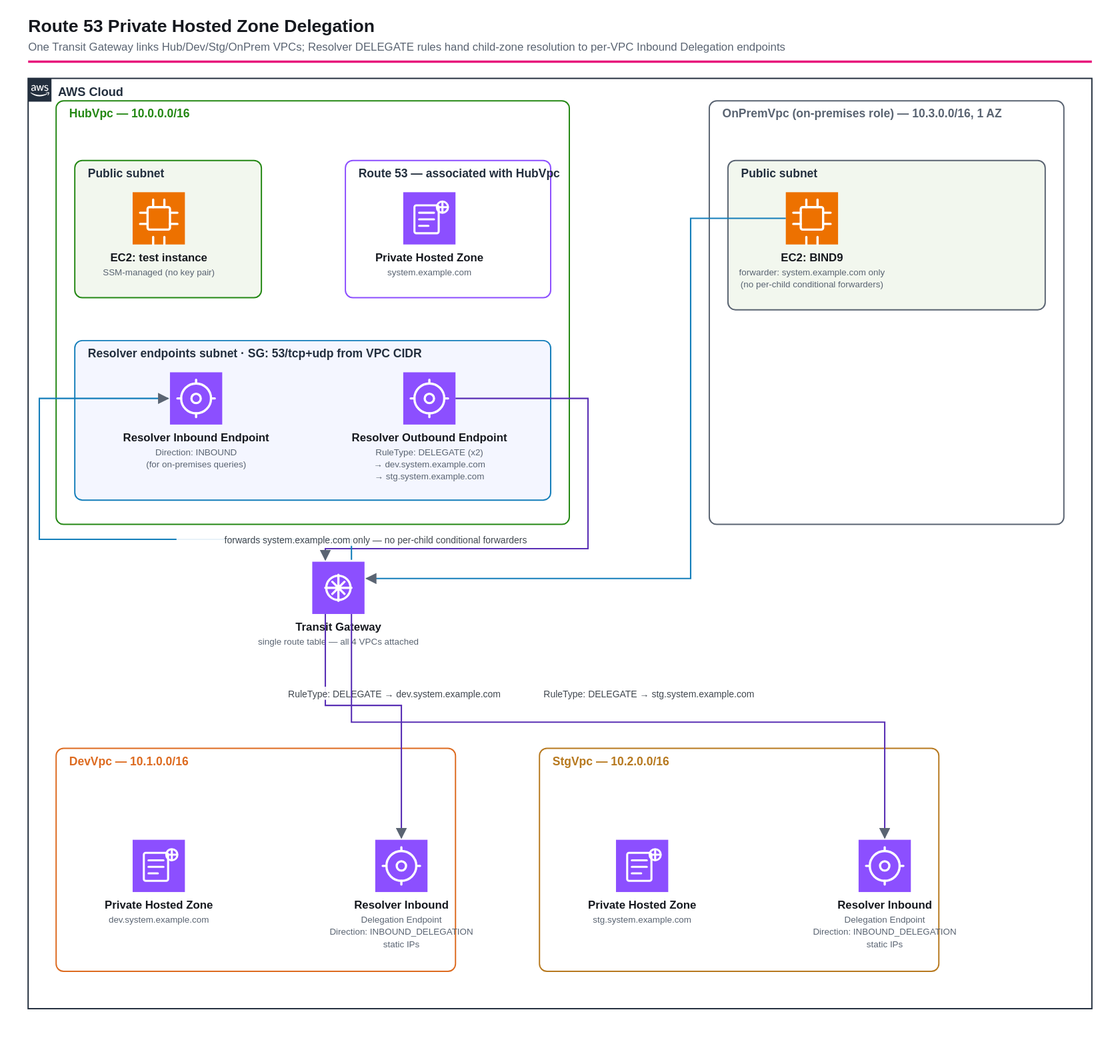
Before: infrastructure/workspaces/route53-phz-delegation/overview.drawio.svg, a diagram exported from draw.io (ishiharatma/aws-cdk-reference-architectures). Source tidied: cells renumbered, new cells last; positions are measured from the earlier drawing's top-left corner, leaving out a move shared by most shapes.
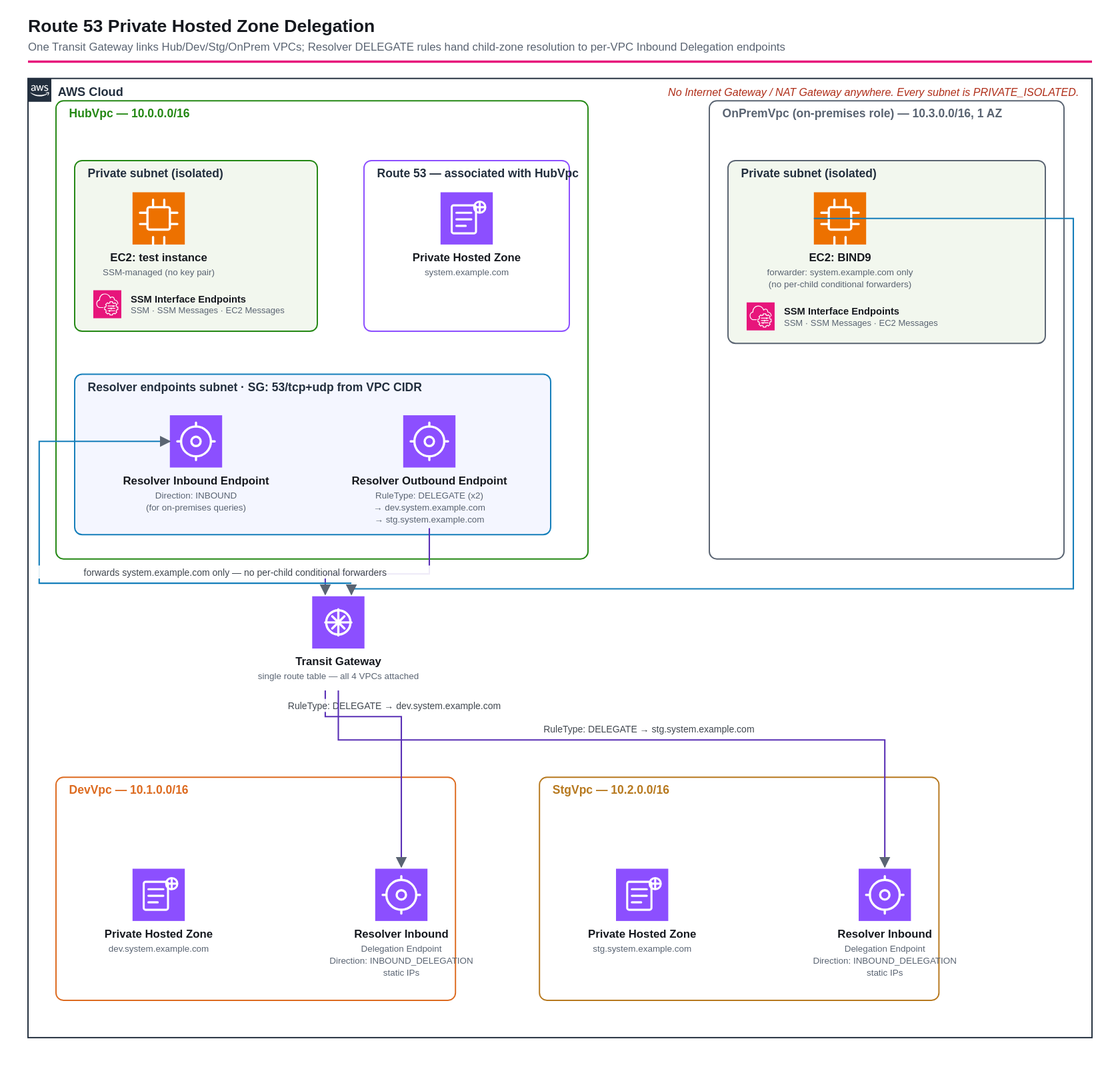
The same file after the commit.

Commit message:
docs(route53): 構成図をプライベートサブネット構成に更新

両ワークスペースのoverview.drawio.svgで"Public subnet"表記を
"Private subnet (isolated)"に変更し、SSMインターフェースエンドポイント
(SSM/SSM Messages/EC2 Messages)と「IGW/NAT Gatewayなし」の注記を追加。
route53-phz-delegationはHubVpc/OnPremVpcのみ対象(DevVpc/StgVpcは
もともとワークロード用サブネットを持たないため変更なし)。

The edit, as a diff of the source:
```diff
@@ -12,76 +12,85 @@
       <mxGeometry y="52" width="1140" height="2.5" as="geometry" />
     </mxCell>
     <mxCell id="5" value="AWS Cloud" style="gradientColor=none;html=1;whiteSpace=wrap;fontSize=12;fontStyle=0;shape=mxgraph.aws4.group;grIcon=mxgraph.aws4.group_aws_cloud_alt;strokeColor=#232F3E;fillColor=none;verticalAlign=top;align=left;spacingLeft=30;fontColor=#232F3E;dashed=0;" parent="1" vertex="1">
-      <mxGeometry y="70" width="1140" height="997" as="geometry" />
+      <mxGeometry y="70" width="1140" height="1028" as="geometry" />
     </mxCell>
-    <mxCell id="6" value="HubVpc — 10.0.0.0/16" style="gradientColor=none;html=1;whiteSpace=wrap;fontSize=12;fontStyle=0;shape=mxgraph.aws4.group;grIcon=mxgraph.aws4.group_vpc;strokeColor=#248814;fillColor=none;verticalAlign=top;align=left;spacingLeft=30;fontColor=#248814;dashed=0;" parent="1" vertex="1">
-      <mxGeometry x="30" y="94" width="550" height="454" as="geometry" />
+    <mxCell id="6" value="No Internet Gateway / NAT Gateway anywhere. Every subnet is PRIVATE_ISOLATED." style="text;html=1;strokeColor=none;fillColor=none;align=right;verticalAlign=middle;whiteSpace=wrap;rounded=0;fontSize=11.5;fontStyle=2;fontColor=#AF2E19;" parent="1" vertex="1">
+      <mxGeometry x="626" y="74" width="500" height="16" as="geometry" />
     </mxCell>
-    <mxCell id="7" value="Public subnet" style="gradientColor=none;html=1;whiteSpace=wrap;fontSize=12;fontStyle=0;shape=mxgraph.aws4.group;grIcon=mxgraph.aws4.group_security_group;grStroke=0;strokeColor=#248814;fillColor=#E9F3E6;verticalAlign=top;align=left;spacingLeft=30;fontColor=#248814;dashed=0;" parent="1" vertex="1">
-      <mxGeometry x="50" y="158" width="200" height="147" as="geometry" />
+    <mxCell id="7" value="HubVpc — 10.0.0.0/16" style="gradientColor=none;html=1;whiteSpace=wrap;fontSize=12;fontStyle=0;shape=mxgraph.aws4.group;grIcon=mxgraph.aws4.group_vpc;strokeColor=#248814;fillColor=none;verticalAlign=top;align=left;spacingLeft=30;fontColor=#248814;dashed=0;" parent="1" vertex="1">
+      <mxGeometry x="30" y="94" width="570" height="491" as="geometry" />
     </mxCell>
-    <mxCell id="8" value="Route 53 — associated with HubVpc" style="rounded=1;whiteSpace=wrap;html=1;fillColor=none;strokeColor=#8C4FFF;verticalAlign=top;align=left;spacingLeft=10;spacingTop=6;fontSize=12;fontStyle=1;fontColor=#8C4FFF;dashed=0;" parent="1" vertex="1">
-      <mxGeometry x="340" y="158" width="220" height="147" as="geometry" />
+    <mxCell id="8" value="Private subnet (isolated)" style="gradientColor=none;html=1;whiteSpace=wrap;fontSize=12;fontStyle=0;shape=mxgraph.aws4.group;grIcon=mxgraph.aws4.group_security_group;grStroke=0;strokeColor=#248814;fillColor=#E9F3E6;verticalAlign=top;align=left;spacingLeft=30;fontColor=#248814;dashed=0;" parent="1" vertex="1">
+      <mxGeometry x="50" y="158" width="260" height="183" as="geometry" />
     </mxCell>
-    <mxCell id="9" value="Resolver endpoints subnet · SG: 53/tcp+udp from VPC CIDR" style="gradientColor=none;html=1;whiteSpace=wrap;fontSize=12;fontStyle=0;shape=mxgraph.aws4.group;grIcon=mxgraph.aws4.group_security_group;grStroke=0;strokeColor=#147EBA;fillColor=#E6F2F8;verticalAlign=top;align=left;spacingLeft=30;fontColor=#147EBA;dashed=0;" parent="1" vertex="1">
-      <mxGeometry x="50" y="351" width="510" height="171" as="geometry" />
+    <mxCell id="9" value="Route 53 — associated with HubVpc" style="rounded=1;whiteSpace=wrap;html=1;fillColor=none;strokeColor=#8C4FFF;verticalAlign=top;align=left;spacingLeft=10;spacingTop=6;fontSize=12;fontStyle=1;fontColor=#8C4FFF;dashed=0;" parent="1" vertex="1">
+      <mxGeometry x="360" y="158" width="220" height="183" as="geometry" />
     </mxCell>
-    <mxCell id="10" value="OnPremVpc (on-premises role) — 10.3.0.0/16, 1 AZ" style="gradientColor=none;html=1;whiteSpace=wrap;fontSize=12;fontStyle=0;shape=mxgraph.aws4.group;grIcon=mxgraph.aws4.group_vpc;strokeColor=#5A6472;fillColor=none;verticalAlign=top;align=left;spacingLeft=30;fontColor=#5A6472;dashed=0;" parent="1" vertex="1">
-      <mxGeometry x="730" y="94" width="380" height="454" as="geometry" />
+    <mxCell id="10" value="Resolver endpoints subnet · SG: 53/tcp+udp from VPC CIDR" style="gradientColor=none;html=1;whiteSpace=wrap;fontSize=12;fontStyle=0;shape=mxgraph.aws4.group;grIcon=mxgraph.aws4.group_security_group;grStroke=0;strokeColor=#147EBA;fillColor=#E6F2F8;verticalAlign=top;align=left;spacingLeft=30;fontColor=#147EBA;dashed=0;" parent="1" vertex="1">
+      <mxGeometry x="50" y="387" width="510" height="172" as="geometry" />
     </mxCell>
-    <mxCell id="11" value="Public subnet" style="gradientColor=none;html=1;whiteSpace=wrap;fontSize=12;fontStyle=0;shape=mxgraph.aws4.group;grIcon=mxgraph.aws4.group_security_group;grStroke=0;strokeColor=#5A6472;fillColor=#F0F1F2;verticalAlign=top;align=left;spacingLeft=30;fontColor=#5A6472;dashed=0;" parent="1" vertex="1">
-      <mxGeometry x="750" y="158" width="340" height="160" as="geometry" />
+    <mxCell id="11" value="OnPremVpc (on-premises role) — 10.3.0.0/16, 1 AZ" style="gradientColor=none;html=1;whiteSpace=wrap;fontSize=12;fontStyle=0;shape=mxgraph.aws4.group;grIcon=mxgraph.aws4.group_vpc;strokeColor=#5A6472;fillColor=none;verticalAlign=top;align=left;spacingLeft=30;fontColor=#5A6472;dashed=0;" parent="1" vertex="1">
+      <mxGeometry x="730" y="94" width="380" height="491" as="geometry" />
     </mxCell>
-    <mxCell id="12" value="DevVpc — 10.1.0.0/16" style="gradientColor=none;html=1;whiteSpace=wrap;fontSize=12;fontStyle=0;shape=mxgraph.aws4.group;grIcon=mxgraph.aws4.group_vpc;strokeColor=#DD6B20;fillColor=none;verticalAlign=top;align=left;spacingLeft=30;fontColor=#DD6B20;dashed=0;" parent="1" vertex="1">
-      <mxGeometry x="30" y="788" width="428" height="239" as="geometry" />
+    <mxCell id="12" value="Private subnet (isolated)" style="gradientColor=none;html=1;whiteSpace=wrap;fontSize=12;fontStyle=0;shape=mxgraph.aws4.group;grIcon=mxgraph.aws4.group_security_group;grStroke=0;strokeColor=#5A6472;fillColor=#F2F7EE;verticalAlign=top;align=left;spacingLeft=30;fontColor=#5A6472;dashed=0;" parent="1" vertex="1">
+      <mxGeometry x="750" y="158" width="340" height="196" as="geometry" />
     </mxCell>
-    <mxCell id="13" value="StgVpc — 10.2.0.0/16" style="gradientColor=none;html=1;whiteSpace=wrap;fontSize=12;fontStyle=0;shape=mxgraph.aws4.group;grIcon=mxgraph.aws4.group_vpc;strokeColor=#B7791F;fillColor=none;verticalAlign=top;align=left;spacingLeft=30;fontColor=#B7791F;dashed=0;" parent="1" vertex="1">
-      <mxGeometry x="548" y="788" width="428" height="239" as="geometry" />
+    <mxCell id="13" value="DevVpc — 10.1.0.0/16" style="gradientColor=none;html=1;whiteSpace=wrap;fontSize=12;fontStyle=0;shape=mxgraph.aws4.group;grIcon=mxgraph.aws4.group_vpc;strokeColor=#DD6B20;fillColor=none;verticalAlign=top;align=left;spacingLeft=30;fontColor=#DD6B20;dashed=0;" parent="1" vertex="1">
+      <mxGeometry x="30" y="819" width="428" height="239" as="geometry" />
     </mxCell>
-    <mxCell id="14" value="EC2: test instance" style="sketch=0;fontColor=#232F3E;gradientColor=none;fillColor=#ED7100;strokeColor=none;dashed=0;verticalLabelPosition=bottom;verticalAlign=top;align=center;html=1;fontSize=12;fontStyle=0;shape=mxgraph.aws4.ec2;" parent="1" vertex="1">
-      <mxGeometry x="112" y="192" width="56" height="56" as="geometry" />
+    <mxCell id="14" value="StgVpc — 10.2.0.0/16" style="gradientColor=none;html=1;whiteSpace=wrap;fontSize=12;fontStyle=0;shape=mxgraph.aws4.group;grIcon=mxgraph.aws4.group_vpc;strokeColor=#B7791F;fillColor=none;verticalAlign=top;align=left;spacingLeft=30;fontColor=#B7791F;dashed=0;" parent="1" vertex="1">
+      <mxGeometry x="548" y="819" width="428" height="239" as="geometry" />
     </mxCell>
-    <mxCell id="15" value="Private Hosted Zone" style="sketch=0;fontColor=#232F3E;gradientColor=none;fillColor=#8C4FFF;strokeColor=none;dashed=0;verticalLabelPosition=bottom;verticalAlign=top;align=center;html=1;fontSize=12;fontStyle=0;shape=mxgraph.aws4.hosted_zone;" parent="1" vertex="1">
-      <mxGeometry x="402" y="192" width="56" height="56" as="geometry" />
+    <mxCell id="15" value="EC2: test instance" style="sketch=0;fontColor=#232F3E;gradientColor=none;fillColor=#ED7100;strokeColor=none;dashed=0;verticalLabelPosition=bottom;verticalAlign=top;align=center;html=1;fontSize=12;fontStyle=0;shape=mxgraph.aws4.ec2;" parent="1" vertex="1">
+      <mxGeometry x="112" y="192" width="56" height="56" as="geometry" />
     </mxCell>
-    <mxCell id="16" value="Resolver Inbound Endpoint" style="sketch=0;outlineConnect=0;fontColor=#232F3E;gradientColor=none;fillColor=#8C4FFF;strokeColor=none;dashed=0;verticalLabelPosition=bottom;verticalAlign=top;align=center;html=1;fontSize=12;fontStyle=0;shape=mxgraph.aws4.route_53_resolver;" parent="1" vertex="1">
-      <mxGeometry x="152" y="385" width="56" height="56" as="geometry" />
+    <mxCell id="16" value="SSM Interface Endpoints (SSM / SSM Messages / EC2 Messages)" style="sketch=0;points=[[0,0,0],[0.25,0,0],[0.5,0,0],[0.75,0,0],[1,0,0],[0,1,0],[0.25,1,0],[0.5,1,0],[0.75,1,0],[1,1,0],[0,0.25,0],[0,0.5,0],[0,0.75,0],[1,0.25,0],[1,0.5,0],[1,0.75,0]];outlineConnect=0;fontColor=#232F3E;fillColor=#E7157B;strokeColor=#ffffff;dashed=0;verticalLabelPosition=bottom;verticalAlign=top;align=center;html=1;fontSize=12;fontStyle=0;shape=mxgraph.aws4.resourceIcon;resIcon=mxgraph.aws4.systems_manager;" parent="1" vertex="1">
+      <mxGeometry x="70" y="297" width="30" height="30" as="geometry" />
     </mxCell>
-    <mxCell id="17" value="Resolver Outbound Endpoint" style="sketch=0;outlineConnect=0;fontColor=#232F3E;gradientColor=none;fillColor=#8C4FFF;strokeColor=none;dashed=0;verticalLabelPosition=bottom;verticalAlign=top;align=center;html=1;fontSize=12;fontStyle=0;shape=mxgraph.aws4.route_53_resolver;" parent="1" vertex="1">
-      <mxGeometry x="402" y="385" width="56" height="56" as="geometry" />
+    <mxCell id="17" value="Private Hosted Zone" style="sketch=0;outlineConnect=0;fontColor=#232F3E;gradientColor=none;fillColor=#8C4FFF;strokeColor=none;dashed=0;verticalLabelPosition=bottom;verticalAlign=top;align=center;html=1;fontSize=12;fontStyle=0;shape=mxgraph.aws4.hosted_zone;" parent="1" vertex="1">
+      <mxGeometry x="442" y="192" width="56" height="56" as="geometry" />
     </mxCell>
-    <mxCell id="18" value="EC2: BIND9" style="sketch=0;outlineConnect=0;fontColor=#232F3E;gradientColor=none;fillColor=#ED7100;strokeColor=none;dashed=0;verticalLabelPosition=bottom;verticalAlign=top;align=center;html=1;fontSize=12;fontStyle=0;shape=mxgraph.aws4.ec2;" parent="1" vertex="1">
-      <mxGeometry x="812" y="192" width="56" height="56" as="geometry" />
+    <mxCell id="18" value="Resolver Inbound Endpoint" style="sketch=0;outlineConnect=0;fontColor=#232F3E;gradientColor=none;fillColor=#8C4FFF;strokeColor=none;dashed=0;verticalLabelPosition=bottom;verticalAlign=top;align=center;html=1;fontSize=12;fontStyle=0;shape=mxgraph.aws4.route_53_resolver;" parent="1" vertex="1">
+      <mxGeometry x="152" y="431" width="56" height="56" as="geometry" />
     </mxCell>
-    <mxCell id="19" value="Transit Gateway" style="sketch=0;outlineConnect=0;fontColor=#232F3E;gradientColor=none;fillColor=#8C4FFF;strokeColor=none;dashed=0;verticalLabelPosition=bottom;verticalAlign=top;align=center;html=1;fontSize=12;fontStyle=0;shape=mxgraph.aws4.transit_gateway;" parent="1" vertex="1">
-      <mxGeometry x="304.5" y="588" width="56" height="56" as="geometry" />
+    <mxCell id="19" value="Resolver Outbound Endpoint" style="sketch=0;outlineConnect=0;fontColor=#232F3E;gradientColor=none;fillColor=#8C4FFF;strokeColor=none;dashed=0;verticalLabelPosition=bottom;verticalAlign=top;align=center;html=1;fontSize=12;fontStyle=0;shape=mxgraph.aws4.route_53_resolver;" parent="1" vertex="1">
+      <mxGeometry x="402" y="431" width="56" height="56" as="geometry" />
     </mxCell>
-    <mxCell id="20" value="Private Hosted Zone" style="sketch=0;outlineConnect=0;fontColor=#232F3E;gradientColor=none;fillColor=#8C4FFF;strokeColor=none;dashed=0;verticalLabelPosition=bottom;verticalAlign=top;align=center;html=1;fontSize=12;fontStyle=0;shape=mxgraph.aws4.hosted_zone;" parent="1" vertex="1">
-      <mxGeometry x="112" y="886" width="56" height="56" as="geometry" />
+    <mxCell id="20" value="EC2: BIND9" style="sketch=0;outlineConnect=0;fontColor=#232F3E;gradientColor=none;fillColor=#ED7100;strokeColor=none;dashed=0;verticalLabelPosition=bottom;verticalAlign=top;align=center;html=1;fontSize=12;fontStyle=0;shape=mxgraph.aws4.ec2;" parent="1" vertex="1">
+      <mxGeometry x="842" y="192" width="56" height="56" as="geometry" />
     </mxCell>
-    <mxCell id="21" value="Resolver Inbound" style="sketch=0;outlineConnect=0;fontColor=#232F3E;gradientColor=none;fillColor=#8C4FFF;strokeColor=none;dashed=0;verticalLabelPosition=bottom;verticalAlign=top;align=center;html=1;fontSize=12;fontStyle=0;shape=mxgraph.aws4.route_53_resolver;" parent="1" vertex="1">
-      <mxGeometry x="372" y="886" width="56" height="56" as="geometry" />
+    <mxCell id="21" value="SSM Interface Endpoints (SSM / SSM Messages / EC2 Messages)" style="sketch=0;points=[[0,0,0],[0.25,0,0],[0.5,0,0],[0.75,0,0],[1,0,0],[0,1,0],[0.25,1,0],[0.5,1,0],[0.75,1,0],[1,1,0],[0,0.25,0],[0,0.5,0],[0,0.75,0],[1,0.25,0],[1,0.5,0],[1,0.75,0]];outlineConnect=0;fontColor=#232F3E;fillColor=#E7157B;strokeColor=#ffffff;dashed=0;verticalLabelPosition=bottom;verticalAlign=top;align=center;html=1;fontSize=12;fontStyle=0;shape=mxgraph.aws4.resourceIcon;resIcon=mxgraph.aws4.systems_manager;" parent="1" vertex="1">
+      <mxGeometry x="770" y="310" width="30" height="30" as="geometry" />
     </mxCell>
-    <mxCell id="22" value="Private Hosted Zone" style="sketch=0;outlineConnect=0;fontColor=#232F3E;gradientColor=none;fillColor=#8C4FFF;strokeColor=none;dashed=0;verticalLabelPosition=bottom;verticalAlign=top;align=center;html=1;fontSize=12;fontStyle=0;shape=mxgraph.aws4.hosted_zone;" parent="1" vertex="1">
-      <mxGeometry x="630" y="886" width="56" height="56" as="geometry" />
+    <mxCell id="22" value="Transit Gateway" style="sketch=0;outlineConnect=0;fontColor=#232F3E;gradientColor=none;fillColor=#8C4FFF;strokeColor=none;dashed=0;verticalLabelPosition=bottom;verticalAlign=top;align=center;html=1;fontSize=12;fontStyle=0;shape=mxgraph.aws4.transit_gateway;" parent="1" vertex="1">
+      <mxGeometry x="304.5" y="625" width="56" height="56" as="geometry" />
     </mxCell>
-    <mxCell id="23" value="Resolver Inbound" style="sketch=0;outlineConnect=0;fontColor=#232F3E;gradientColor=none;fillColor=#8C4FFF;strokeColor=none;dashed=0;verticalLabelPosition=bottom;verticalAlign=top;align=center;html=1;fontSize=12;fontStyle=0;shape=mxgraph.aws4.route_53_resolver;" parent="1" vertex="1">
-      <mxGeometry x="890" y="886" width="56" height="56" as="geometry" />
+    <mxCell id="23" value="Private Hosted Zone" style="sketch=0;outlineConnect=0;fontColor=#232F3E;gradientColor=none;fillColor=#8C4FFF;strokeColor=none;dashed=0;verticalLabelPosition=bottom;verticalAlign=top;align=center;html=1;fontSize=12;fontStyle=0;shape=mxgraph.aws4.hosted_zone;" parent="1" vertex="1">
+      <mxGeometry x="112" y="917" width="56" height="56" as="geometry" />
     </mxCell>
-    <mxCell id="24" value="DELEGATE rules" style="edgeStyle=orthogonalEdgeStyle;rounded=0;html=1;fontSize=10;endArrow=block;endFill=1;strokeColor=#5A6472;" parent="1" edge="1" source="17" target="19">
-      <mxGeometry relative="1" as="geometry" />
+    <mxCell id="24" value="Resolver Inbound" style="sketch=0;outlineConnect=0;fontColor=#232F3E;gradientColor=none;fillColor=#8C4FFF;strokeColor=none;dashed=0;verticalLabelPosition=bottom;verticalAlign=top;align=center;html=1;fontSize=12;fontStyle=0;shape=mxgraph.aws4.route_53_resolver;" parent="1" vertex="1">
+      <mxGeometry x="372" y="917" width="56" height="56" as="geometry" />
     </mxCell>
-    <mxCell id="25" value="→ dev.system.example.com" style="edgeStyle=orthogonalEdgeStyle;rounded=0;html=1;fontSize=10;endArrow=block;endFill=1;strokeColor=#5A6472;" parent="1" edge="1" source="19" target="21">
-      <mxGeometry relative="1" as="geometry" />
+    <mxCell id="25" value="Private Hosted Zone" style="sketch=0;fontColor=#232F3E;gradientColor=none;fillColor=#8C4FFF;strokeColor=none;dashed=0;verticalLabelPosition=bottom;verticalAlign=top;align=center;html=1;fontSize=12;fontStyle=0;shape=mxgraph.aws4.hosted_zone;" parent="1" vertex="1">
+      <mxGeometry x="630" y="917" width="56" height="56" as="geometry" />
     </mxCell>
-    <mxCell id="26" value="→ stg.system.example.com" style="edgeStyle=orthogonalEdgeStyle;rounded=0;html=1;fontSize=10;endArrow=block;endFill=1;strokeColor=#5A6472;" parent="1" edge="1" source="19" target="23">
-      <mxGeometry relative="1" as="geometry" />
+    <mxCell id="26" value="Resolver Inbound" style="sketch=0;outlineConnect=0;fontColor=#232F3E;gradientColor=none;fillColor=#8C4FFF;strokeColor=none;dashed=0;verticalLabelPosition=bottom;verticalAlign=top;align=center;html=1;fontSize=12;fontStyle=0;shape=mxgraph.aws4.route_53_resolver;" parent="1" vertex="1">
+      <mxGeometry x="890" y="917" width="56" height="56" as="geometry" />
     </mxCell>
-    <mxCell id="27" value="forward system.example.com" style="edgeStyle=orthogonalEdgeStyle;rounded=0;html=1;fontSize=10;endArrow=block;endFill=1;strokeColor=#5A6472;" parent="1" edge="1" source="18" target="19">
+    <mxCell id="27" value="DELEGATE rules" style="edgeStyle=orthogonalEdgeStyle;rounded=0;html=1;fontSize=10;endArrow=block;endFill=1;strokeColor=#5A6472;" parent="1" edge="1" source="19" target="22">
       <mxGeometry relative="1" as="geometry" />
     </mxCell>
-    <mxCell id="28" value="→ HubVpc Inbound" style="edgeStyle=orthogonalEdgeStyle;rounded=0;html=1;fontSize=10;endArrow=block;endFill=1;strokeColor=#5A6472;" parent="1" edge="1" source="19" target="16">
+    <mxCell id="28" value="→ dev.system.example.com" style="edgeStyle=orthogonalEdgeStyle;rounded=0;html=1;fontSize=10;endArrow=block;endFill=1;strokeColor=#5A6472;" parent="1" edge="1" source="22" target="24">
       <mxGeometry relative="1" as="geometry" />
     </mxCell>
+    <mxCell id="29" value="→ stg.system.example.com" style="edgeStyle=orthogonalEdgeStyle;rounded=0;html=1;fontSize=10;endArrow=block;endFill=1;strokeColor=#5A6472;" parent="1" edge="1" source="22" target="26">
+      <mxGeometry relative="1" as="geometry" />
+    </mxCell>
+    <mxCell id="30" value="forward system.example.com" style="edgeStyle=orthogonalEdgeStyle;rounded=0;html=1;fontSize=10;endArrow=block;endFill=1;strokeColor=#5A6472;" parent="1" edge="1" source="20" target="22">
+      <mxGeometry relative="1" as="geometry" />
+    </mxCell>
+    <mxCell id="31" value="→ HubVpc Inbound" style="edgeStyle=orthogonalEdgeStyle;rounded=0;html=1;fontSize=10;endArrow=block;endFill=1;strokeColor=#5A6472;" parent="1" edge="1" source="22" target="18">
+      <mxGeometry relative="1" as="geometry" />
+    </mxCell>
   </root>
 </mxGraphModel>
```
